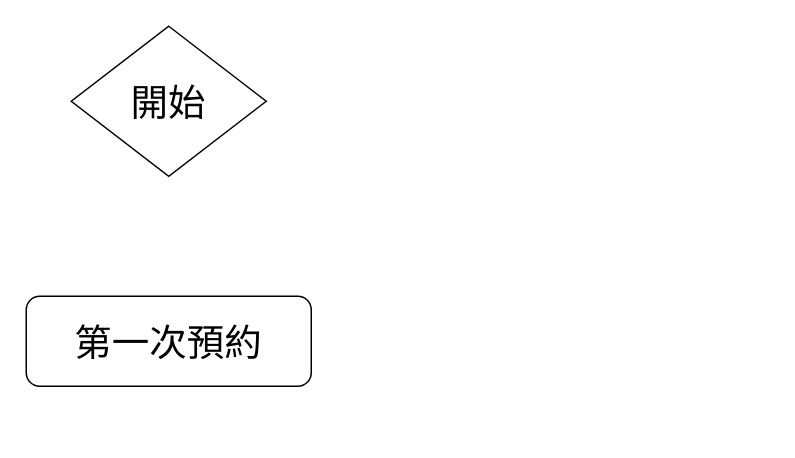
Above: Untitled Diagram.drawio in kyven04/flow-git (draw.io), before the change. Source tidied: cells renumbered, new cells numbered last; positions are measured from the earlier drawing's top-left corner, leaving out a move shared by most shapes. Both pictures are drawn from the tidied source at 150%, with x=0, y=0 at pixel (26, 26).
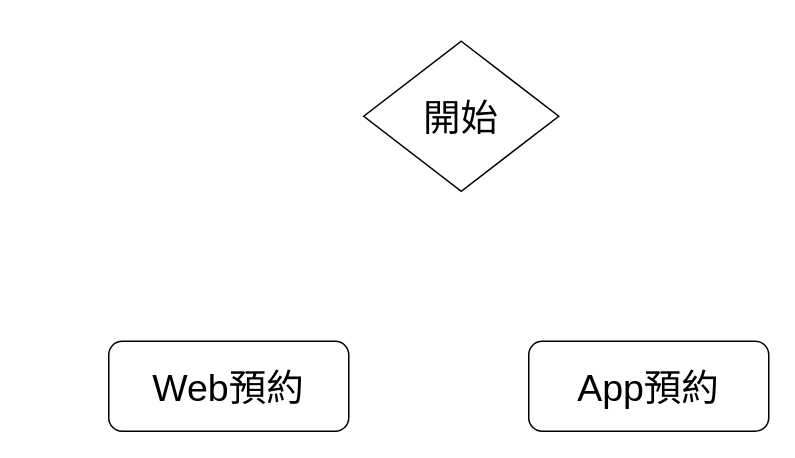
The same diagram, later.

Change to the diagram source:
```diff
@@
 <mxGraphModel>
   <root>
     <mxCell id="0" />
     <mxCell id="1" parent="0" />
     <mxCell id="2" value="開始" style="rhombus;whiteSpace=wrap;html=1;fontSize=25;" parent="1" vertex="1">
-      <mxGeometry x="30" width="130" height="100" as="geometry" />
+      <mxGeometry x="225" y="10" width="130" height="100" as="geometry" />
     </mxCell>
-    <mxCell id="3" value="第一次預約" style="rounded=1;whiteSpace=wrap;html=1;fontSize=25;" parent="1" vertex="1">
-      <mxGeometry y="180" width="190" height="60" as="geometry" />
+    <mxCell id="3" value="Web預約" style="rounded=1;whiteSpace=wrap;html=1;fontSize=25;" parent="1" vertex="1">
+      <mxGeometry x="55" y="210" width="160" height="60" as="geometry" />
     </mxCell>
+    <mxCell id="4" value="App預約" style="rounded=1;whiteSpace=wrap;html=1;fontSize=25;" parent="1" vertex="1">
+      <mxGeometry x="335" y="210" width="160" height="60" as="geometry" />
+    </mxCell>
   </root>
 </mxGraphModel>
```
